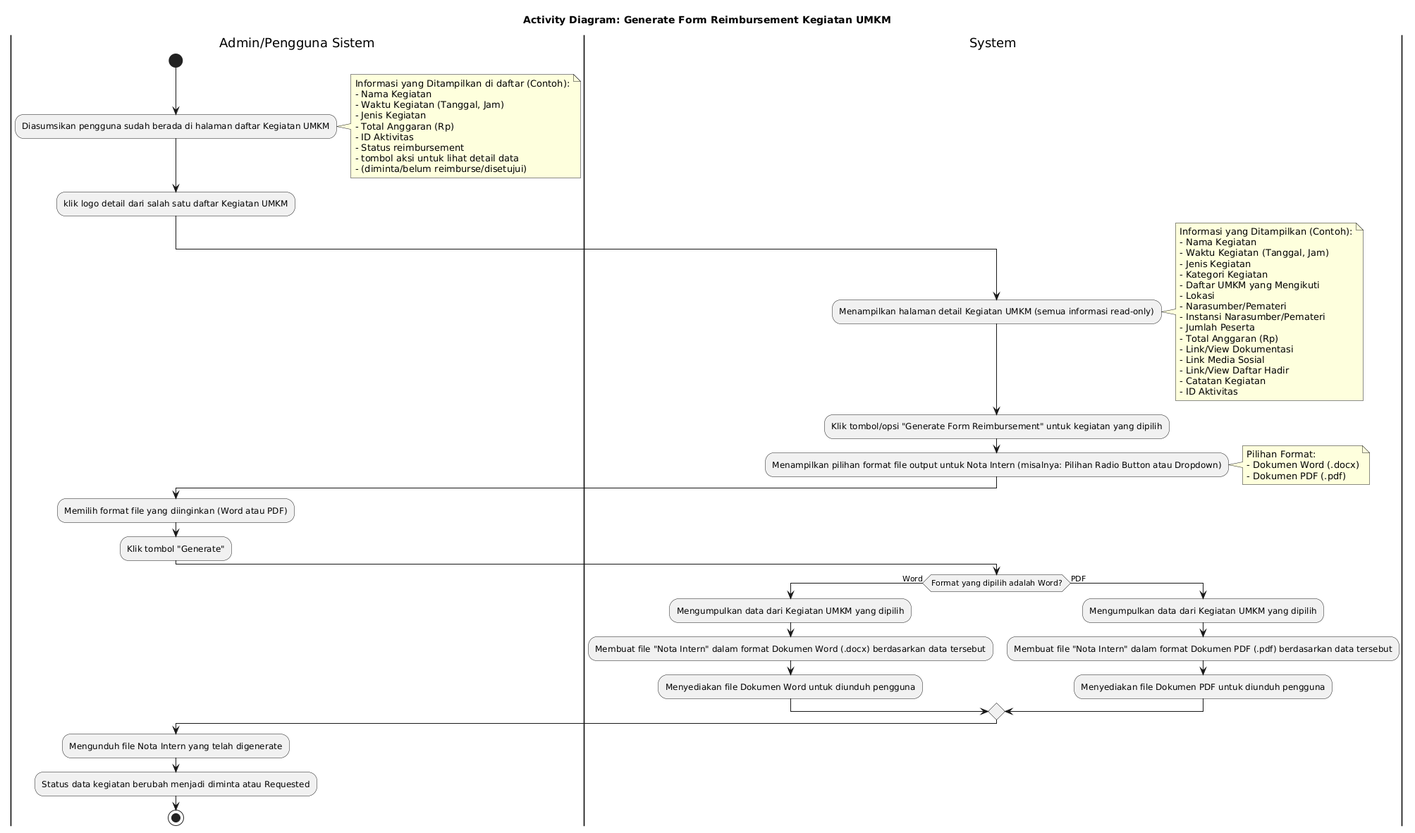
Earlier version of the PlantUML export activity diagram/kelola kegiatan umkm/detail data dan reimburse/detail dan reimburse.png (Mrmgnt/diagram-kp). The source it was exported from:
```plantuml
@startuml
title Activity Diagram: Generate Form Reimbursement Kegiatan UMKM

|Admin/Pengguna Sistem|
start
:Diasumsikan pengguna sudah berada di halaman daftar Kegiatan UMKM;
note right
    Informasi yang Ditampilkan di daftar (Contoh):
    - Nama Kegiatan
    - Waktu Kegiatan (Tanggal, Jam)
    - Jenis Kegiatan
    - Total Anggaran (Rp)
    - ID Aktivitas
    - Status reimbursement
    - tombol aksi untuk lihat detail data
    - (diminta/belum reimburse/disetujui)
end note
:klik logo detail dari salah satu daftar Kegiatan UMKM;
|System|
:Menampilkan halaman detail Kegiatan UMKM (semua informasi read-only);
note right
    Informasi yang Ditampilkan (Contoh):
    - Nama Kegiatan
    - Waktu Kegiatan (Tanggal, Jam)
    - Jenis Kegiatan
    - Kategori Kegiatan
    - Daftar UMKM yang Mengikuti
    - Lokasi
    - Narasumber/Pemateri
    - Instansi Narasumber/Pemateri
    - Jumlah Peserta
    - Total Anggaran (Rp)
    - Link/View Dokumentasi
    - Link Media Sosial
    - Link/View Daftar Hadir
    - Catatan Kegiatan
    - ID Aktivitas
end note
:Klik tombol/opsi "Generate Form Reimbursement" untuk kegiatan yang dipilih;

|System|
:Menampilkan pilihan format file output untuk Nota Intern (misalnya: Pilihan Radio Button atau Dropdown);
note right
  Pilihan Format:
  - Dokumen Word (.docx)
  - Dokumen PDF (.pdf)
end note

|Admin/Pengguna Sistem|
:Memilih format file yang diinginkan (Word atau PDF);
:Klik tombol "Generate";

|System|
if (Format yang dipilih adalah Word?) then (Word)
    :Mengumpulkan data dari Kegiatan UMKM yang dipilih;
    :Membuat file "Nota Intern" dalam format Dokumen Word (.docx) berdasarkan data tersebut;
    :Menyediakan file Dokumen Word untuk diunduh pengguna;
else (PDF)
    :Mengumpulkan data dari Kegiatan UMKM yang dipilih;
    :Membuat file "Nota Intern" dalam format Dokumen PDF (.pdf) berdasarkan data tersebut;
    :Menyediakan file Dokumen PDF untuk diunduh pengguna;
endif

|Admin/Pengguna Sistem|
:Mengunduh file Nota Intern yang telah digenerate;
:Status data kegiatan berubah menjadi diminta atau Requested;
stop
@enduml
```
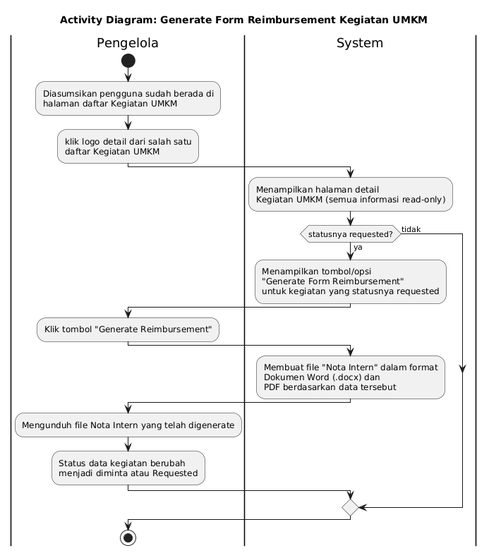
Later version of the same file.

What changed in the source:
```diff
@@ -1,68 +1,34 @@
 @startuml
 title Activity Diagram: Generate Form Reimbursement Kegiatan UMKM
 
-|Admin/Pengguna Sistem|
+|Pengelola|
 start
-:Diasumsikan pengguna sudah berada di halaman daftar Kegiatan UMKM;
-note right
-    Informasi yang Ditampilkan di daftar (Contoh):
-    - Nama Kegiatan
-    - Waktu Kegiatan (Tanggal, Jam)
-    - Jenis Kegiatan
-    - Total Anggaran (Rp)
-    - ID Aktivitas
-    - Status reimbursement
-    - tombol aksi untuk lihat detail data
-    - (diminta/belum reimburse/disetujui)
-end note
-:klik logo detail dari salah satu daftar Kegiatan UMKM;
+:Diasumsikan pengguna sudah berada di
+halaman daftar Kegiatan UMKM;
+:klik logo detail dari salah satu
+daftar Kegiatan UMKM;
 |System|
-:Menampilkan halaman detail Kegiatan UMKM (semua informasi read-only);
-note right
-    Informasi yang Ditampilkan (Contoh):
-    - Nama Kegiatan
-    - Waktu Kegiatan (Tanggal, Jam)
-    - Jenis Kegiatan
-    - Kategori Kegiatan
-    - Daftar UMKM yang Mengikuti
-    - Lokasi
-    - Narasumber/Pemateri
-    - Instansi Narasumber/Pemateri
-    - Jumlah Peserta
-    - Total Anggaran (Rp)
-    - Link/View Dokumentasi
-    - Link Media Sosial
-    - Link/View Daftar Hadir
-    - Catatan Kegiatan
-    - ID Aktivitas
-end note
-:Klik tombol/opsi "Generate Form Reimbursement" untuk kegiatan yang dipilih;
+:Menampilkan halaman detail
+Kegiatan UMKM (semua informasi read-only);
+|System|
+if(statusnya requested?) then (ya)
+:Menampilkan tombol/opsi
+"Generate Form Reimbursement"
+untuk kegiatan yang statusnya requested;
+|Pengelola|
+:Klik tombol "Generate Reimbursement";
 
 |System|
-:Menampilkan pilihan format file output untuk Nota Intern (misalnya: Pilihan Radio Button atau Dropdown);
-note right
-  Pilihan Format:
-  - Dokumen Word (.docx)
-  - Dokumen PDF (.pdf)
-end note
+    :Membuat file "Nota Intern" dalam format
+    Dokumen Word (.docx) dan
+    PDF berdasarkan data tersebut;
 
-|Admin/Pengguna Sistem|
-:Memilih format file yang diinginkan (Word atau PDF);
-:Klik tombol "Generate";
+|Pengelola|
+:Mengunduh file Nota Intern yang telah digenerate;
+:Status data kegiatan berubah
+menjadi diminta atau Requested;
+else(tidak)
 
-|System|
-if (Format yang dipilih adalah Word?) then (Word)
-    :Mengumpulkan data dari Kegiatan UMKM yang dipilih;
-    :Membuat file "Nota Intern" dalam format Dokumen Word (.docx) berdasarkan data tersebut;
-    :Menyediakan file Dokumen Word untuk diunduh pengguna;
-else (PDF)
-    :Mengumpulkan data dari Kegiatan UMKM yang dipilih;
-    :Membuat file "Nota Intern" dalam format Dokumen PDF (.pdf) berdasarkan data tersebut;
-    :Menyediakan file Dokumen PDF untuk diunduh pengguna;
 endif
-
-|Admin/Pengguna Sistem|
-:Mengunduh file Nota Intern yang telah digenerate;
-:Status data kegiatan berubah menjadi diminta atau Requested;
 stop
 @enduml
```
